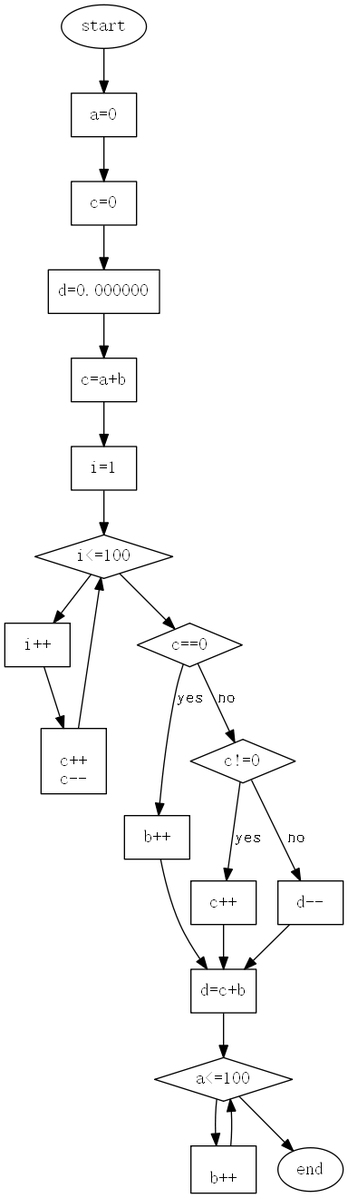
Above: graph.png in TomSawyer2/C-transform (Graphviz), before the change. Its source is kept beside it as graph.dot.
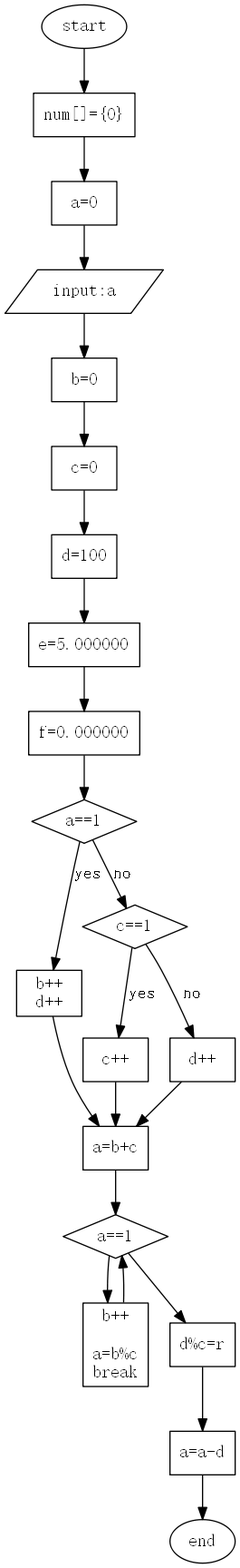
After the commit.

The edit, as a diff of the source:
```diff
@@ -3,47 +3,50 @@
 node [shape=box, fontname="SimSun" size="20,20"];
 start [shape=ellipse, label="start"];
 start->equal1
-equal1 [shape=box, label="a=0"];
+equal1 [shape=box, label="num[]={0}"];
 equal1->equal2
-equal2 [shape=box, label="c=0"];
-equal2->equal3
-equal3 [shape=box, label="d=0.000000"];
-equal3->equal4;
-equal4 [shape=box, label="c=a+b"];
-equal4->equal5;
-equal5 [shape=box, label="i=1"];
-equal5->equal6;
-equal6 [shape=diamond, label="i<=100"];
-equal6->equal7;
-equal7 [shape=box, label="i++"];
-equal7->equal8;
-equal8 [shape=box, label="
-c++
-c--
-"];
-equal8->equal6;
-equal6->equal9
-equal9 [shape=diamond, label="c==0"];
+equal2 [shape=box, label="a=0"];
+equal2->equal3;
+equal3 [shape=parallelogram, label="input:a"];
+equal3->equal4
+equal4 [shape=box, label="b=0"];
+equal4->equal5
+equal5 [shape=box, label="c=0"];
+equal5->equal6
+equal6 [shape=box, label="d=100"];
+equal6->equal7
+equal7 [shape=box, label="e=5.000000"];
+equal7->equal8
+equal8 [shape=box, label="f=0.000000"];
+equal8->equal9
+equal9 [shape=diamond, label="a==1"];
 equal9->equal10[label="yes"];
 equal10 [shape=box, label="b++
+d++
 "];
 equal9->equal11[label="no"];
-equal11 [shape=diamond, label="c!=0"];
+equal11 [shape=diamond, label="c==1"];
 equal11->equal12[label="yes"];
 equal12 [shape=box, label="c++
 "];
 equal11->equal13[label="no"];
-equal13 [shape=box, label="d--
+equal13 [shape=box, label="d++
 "];
 equal10,equal12,equal13->equal14;
-equal14 [shape=box, label="d=c+b"];
+equal14 [shape=box, label="a=b+c"];
 equal14->equal15
-equal15 [shape=diamond, label="a<=100"];
+equal15 [shape=diamond, label="a==1"];
 equal15->equal16
-equal16 [shape=box, label="
-b++
+equal16 [shape=box, label="b++
+
+a=b%c
+break
 "];
 equal16->equal15
-equal15->end;
+equal15->equal17;
+equal17 [shape=box, label="d%c=r"];
+equal17->equal18;
+equal18 [shape=box, label="a=a-d"];
+equal18->end;
 end [shape=ellipse, label="end"];
 }
```
